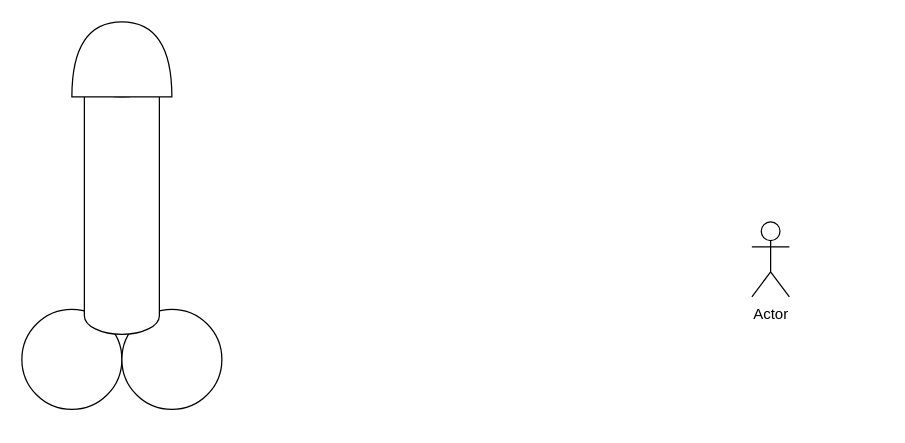
The draw.io diagram page "Clock" (1 of 3) of Stopwatch FSM.drawio in epicfletch/UWE-Stopwatch-3LM, before the edit. Source tidied: cells renumbered, new cells numbered last; positions are measured from the earlier drawing's top-left corner, leaving out a move shared by most shapes. Both pictures are drawn from the tidied source at 125%, with x=0, y=0 at pixel (21, 9).
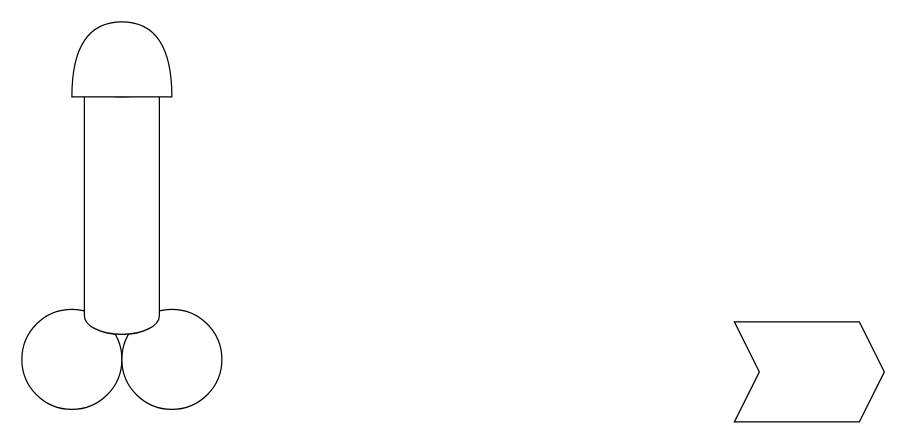
Above is the later version.

What changed in the source:
```diff
@@
 <mxGraphModel>
   <root>
     <mxCell id="0" />
     <mxCell id="1" parent="0" />
-    <mxCell id="2" value="Actor" style="shape=umlActor;verticalLabelPosition=bottom;verticalAlign=top;html=1;" parent="1" vertex="1">
-      <mxGeometry x="584" y="170" width="30" height="60" as="geometry" />
-    </mxCell>
+    <mxCell id="7" style="shape=step;perimeter=stepPerimeter;whiteSpace=wrap;html=1;fixedSize=1;" parent="1" vertex="1">
+      <mxGeometry x="570" y="250" width="120" height="80" as="geometry" />
+    </mxCell>
     <mxCell id="3" style="ellipse;whiteSpace=wrap;html=1;" parent="1" vertex="1">
       <mxGeometry y="240" width="80" height="80" as="geometry" />
     </mxCell>
     <mxCell id="4" style="ellipse;whiteSpace=wrap;html=1;" parent="1" vertex="1">
       <mxGeometry x="80" y="240" width="80" height="80" as="geometry" />
     </mxCell>
     <mxCell id="5" style="shape=cylinder3;whiteSpace=wrap;html=1;boundedLbl=1;backgroundOutline=1;size=15;" parent="1" vertex="1">
       <mxGeometry x="50" y="40" width="60" height="220" as="geometry" />
     </mxCell>
     <mxCell id="6" style="shape=or;whiteSpace=wrap;html=1;rotation=-90;" parent="1" vertex="1">
       <mxGeometry x="50" width="60" height="80" as="geometry" />
     </mxCell>
   </root>
 </mxGraphModel>
```
